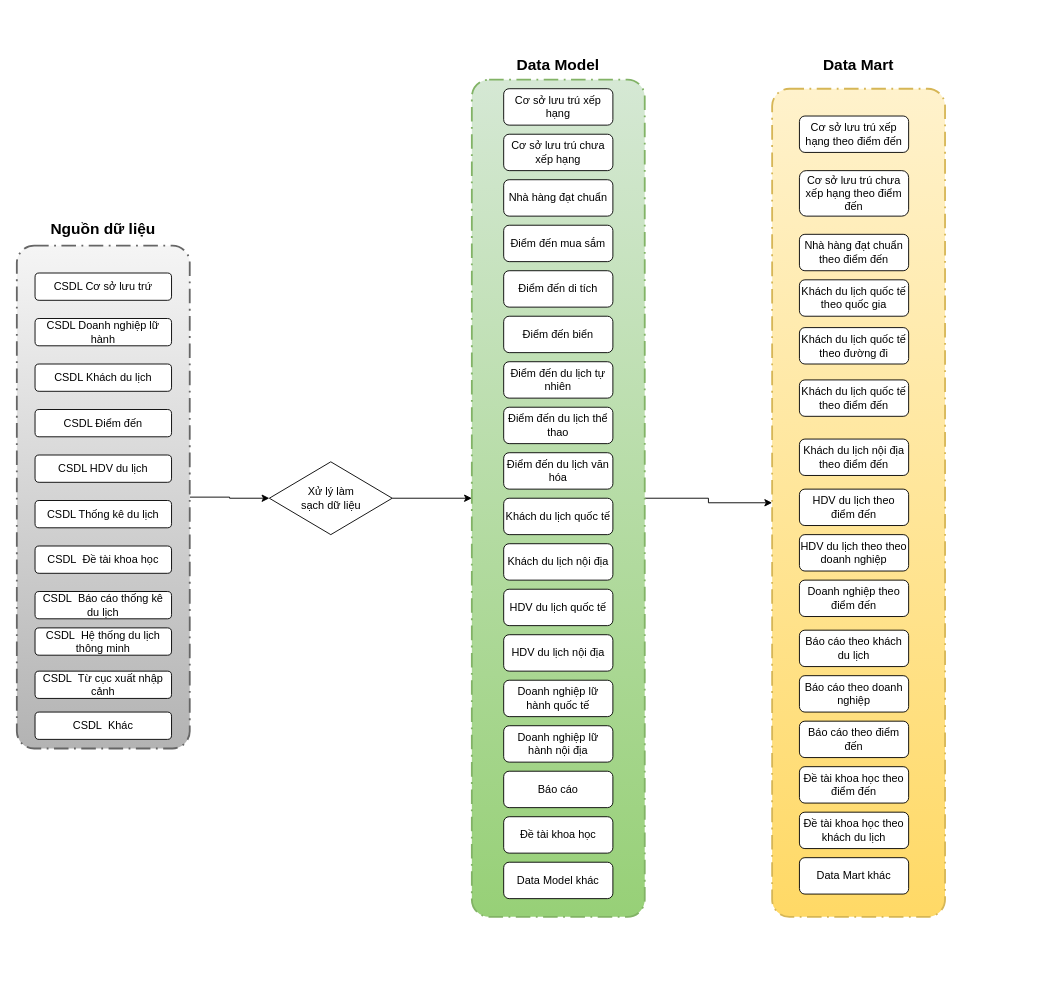
letheanh12345/Draw-io keeps this draw.io diagram as page "Page-4" (4 of 5) of so-do-draw/tcdl.drawio. Above is the earlier version. Source tidied: cells renumbered, new cells numbered last; positions are measured from the earlier drawing's top-left corner, leaving out a move shared by most shapes. Both pictures are drawn from the tidied source at 91%, with x=0, y=0 at pixel (16, 52).
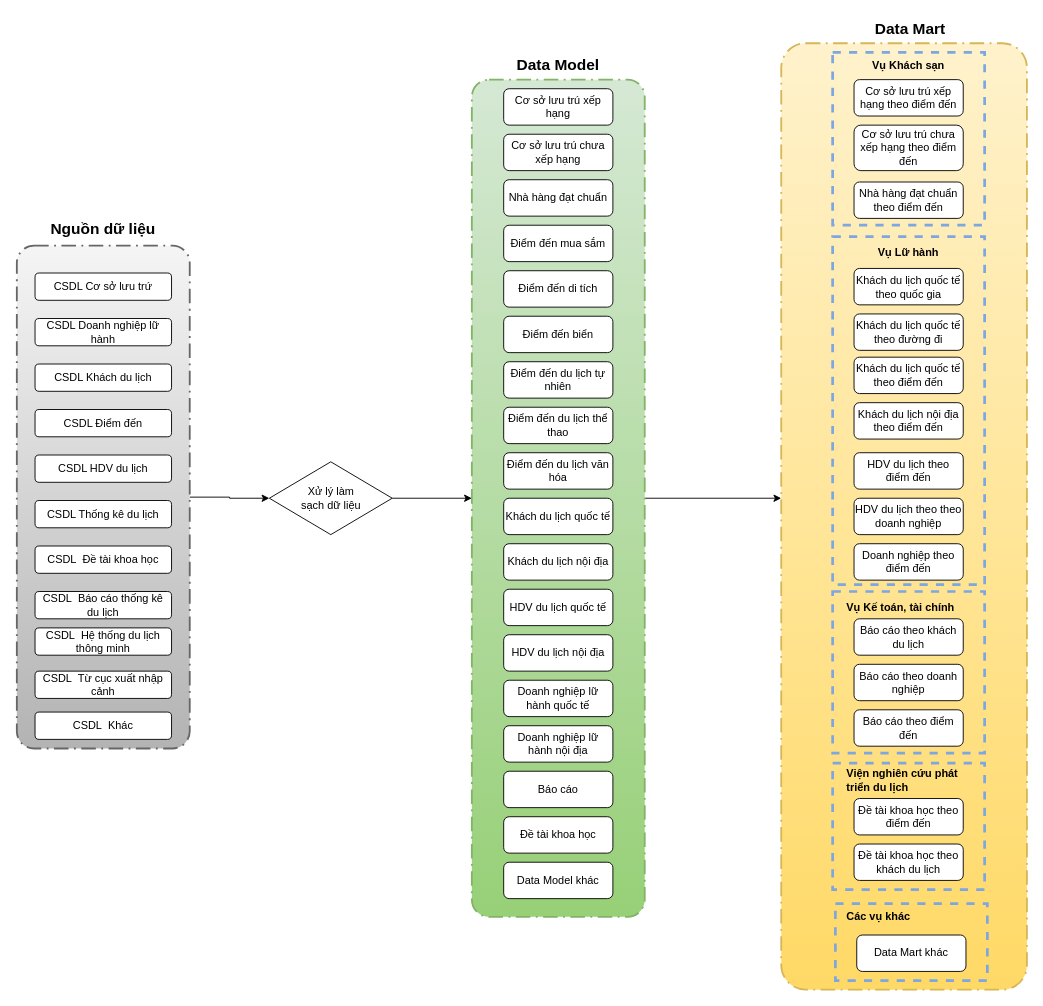
The same diagram, later.

The change refers to these unchanged cells:
```xml
<mxCell id="15" style="points=[[0.25,0,0],[0.5,0,0],[0.75,0,0],[1,0.25,0],[1,0.5,0],[1,0.75,0],[0.75,1,0],[0.5,1,0],[0.25,1,0],[0,0.75,0],[0,0.5,0],[0,0.25,0]];rounded=1;arcSize=10;dashed=1;strokeColor=#82b366;fillColor=#d5e8d4;gradientColor=#97d077;dashPattern=8 3 1 3;strokeWidth=2;fontStyle=1;fontSize=20;" parent="1" vertex="1">
  <mxGeometry x="500" y="30" width="190" height="920" as="geometry" />
</mxCell>
```

Change to the diagram source:
```diff
@@
-    <mxCell id="14" style="edgeStyle=orthogonalEdgeStyle;rounded=0;jettySize=auto;html=1;entryX=0;entryY=0.5;entryDx=0;entryDy=0;entryPerimeter=0;" parent="1" edge="1" source="15" target="36">
-      <mxGeometry relative="1" as="geometry" />
-    </mxCell>
+    <mxCell id="58" style="edgeStyle=orthogonalEdgeStyle;rounded=0;jettySize=auto;html=1;" parent="1" edge="1" source="15">
+      <mxGeometry relative="1" as="geometry">
+        <mxPoint x="840" y="490" as="targetPoint" />
+      </mxGeometry>
+    </mxCell>
@@
     <mxCell id="36" style="points=[[0.25,0,0],[0.5,0,0],[0.75,0,0],[1,0.25,0],[1,0.5,0],[1,0.75,0],[0.75,1,0],[0.5,1,0],[0.25,1,0],[0,0.75,0],[0,0.5,0],[0,0.25,0]];rounded=1;arcSize=10;dashed=1;strokeColor=#d6b656;fillColor=#fff2cc;gradientColor=#ffd966;dashPattern=8 3 1 3;strokeWidth=2;fontStyle=1;fontSize=20;" parent="1" vertex="1">
-      <mxGeometry x="830" y="40" width="190" height="910" as="geometry" />
+      <mxGeometry x="840" y="-10" width="270" height="1040" as="geometry" />
     </mxCell>
     <mxCell id="37" value="Cơ sở lưu trú xếp hạng theo điểm đến" style="rounded=1;whiteSpace=wrap;html=1;" parent="1" vertex="1">
-      <mxGeometry x="860" y="70" width="120" height="40" as="geometry" />
+      <mxGeometry x="920" y="30" width="120" height="40" as="geometry" />
     </mxCell>
     <mxCell id="38" value="Cơ sở lưu trú chưa xếp hạng theo điểm đến" style="rounded=1;whiteSpace=wrap;html=1;" parent="1" vertex="1">
-      <mxGeometry x="860" y="130" width="120" height="50" as="geometry" />
+      <mxGeometry x="920" y="80" width="120" height="50" as="geometry" />
     </mxCell>
     <mxCell id="39" value="Nhà hàng đạt chuẩn theo điểm đến" style="rounded=1;whiteSpace=wrap;html=1;" parent="1" vertex="1">
-      <mxGeometry x="860" y="200" width="120" height="40" as="geometry" />
+      <mxGeometry x="920" y="142.5" width="120" height="40" as="geometry" />
     </mxCell>
     <mxCell id="40" value="Khách du lịch quốc tế theo điểm đến" style="rounded=1;whiteSpace=wrap;html=1;" parent="1" vertex="1">
-      <mxGeometry x="860" y="360" width="120" height="40" as="geometry" />
+      <mxGeometry x="920" y="335" width="120" height="40" as="geometry" />
     </mxCell>
     <mxCell id="41" value="Khách du lịch nội địa theo điểm đến" style="rounded=1;whiteSpace=wrap;html=1;" parent="1" vertex="1">
-      <mxGeometry x="860" y="425" width="120" height="40" as="geometry" />
+      <mxGeometry x="920" y="385" width="120" height="40" as="geometry" />
     </mxCell>
@@
     <mxCell id="43" value="HDV du lịch theo điểm đến" style="rounded=1;whiteSpace=wrap;html=1;" parent="1" vertex="1">
-      <mxGeometry x="860" y="480" width="120" height="40" as="geometry" />
+      <mxGeometry x="920" y="440" width="120" height="40" as="geometry" />
     </mxCell>
     <mxCell id="44" value="HDV du lịch theo theo doanh nghiệp" style="rounded=1;whiteSpace=wrap;html=1;" parent="1" vertex="1">
-      <mxGeometry x="860" y="530" width="120" height="40" as="geometry" />
+      <mxGeometry x="920" y="490" width="120" height="40" as="geometry" />
     </mxCell>
     <mxCell id="45" value="Doanh nghiệp theo điểm đến" style="rounded=1;whiteSpace=wrap;html=1;" parent="1" vertex="1">
-      <mxGeometry x="860" y="580" width="120" height="40" as="geometry" />
+      <mxGeometry x="920" y="540" width="120" height="40" as="geometry" />
     </mxCell>
     <mxCell id="46" value="Báo cáo theo khách du lịch" style="rounded=1;whiteSpace=wrap;html=1;" parent="1" vertex="1">
-      <mxGeometry x="860" y="635" width="120" height="40" as="geometry" />
+      <mxGeometry x="920" y="622.5" width="120" height="40" as="geometry" />
     </mxCell>
     <mxCell id="47" value="Báo cáo theo doanh nghiệp" style="rounded=1;whiteSpace=wrap;html=1;" parent="1" vertex="1">
-      <mxGeometry x="860" y="685" width="120" height="40" as="geometry" />
+      <mxGeometry x="920" y="672.5" width="120" height="40" as="geometry" />
     </mxCell>
     <mxCell id="48" value="Báo cáo theo điểm đến" style="rounded=1;whiteSpace=wrap;html=1;" parent="1" vertex="1">
-      <mxGeometry x="860" y="735" width="120" height="40" as="geometry" />
+      <mxGeometry x="920" y="722.5" width="120" height="40" as="geometry" />
     </mxCell>
     <mxCell id="49" value="Đề tài khoa học theo điểm đến" style="rounded=1;whiteSpace=wrap;html=1;" parent="1" vertex="1">
-      <mxGeometry x="860" y="785" width="120" height="40" as="geometry" />
+      <mxGeometry x="920" y="820" width="120" height="40" as="geometry" />
     </mxCell>
     <mxCell id="50" value="Đề tài khoa học theo khách du lịch" style="rounded=1;whiteSpace=wrap;html=1;" parent="1" vertex="1">
-      <mxGeometry x="860" y="835" width="120" height="40" as="geometry" />
+      <mxGeometry x="920" y="870" width="120" height="40" as="geometry" />
     </mxCell>
     <mxCell id="51" value="Data Mart khác" style="rounded=1;whiteSpace=wrap;html=1;" parent="1" vertex="1">
-      <mxGeometry x="860" y="885" width="120" height="40" as="geometry" />
+      <mxGeometry x="923" y="970" width="120" height="40" as="geometry" />
     </mxCell>
     <mxCell id="52" value="&lt;b&gt;&lt;font style=&quot;font-size: 17px;&quot;&gt;Data Mart&lt;/font&gt;&lt;/b&gt;" style="text;html=1;strokeColor=none;fillColor=none;align=center;verticalAlign=middle;whiteSpace=wrap;rounded=0;" parent="1" vertex="1">
-      <mxGeometry x="840" width="170" height="30" as="geometry" />
+      <mxGeometry x="896.5" y="-40" width="170" height="30" as="geometry" />
     </mxCell>
@@
     <mxCell id="56" value="Khách du lịch quốc tế theo quốc gia" style="rounded=1;whiteSpace=wrap;html=1;" parent="1" vertex="1">
-      <mxGeometry x="860" y="250" width="120" height="40" as="geometry" />
+      <mxGeometry x="920" y="237.5" width="120" height="40" as="geometry" />
     </mxCell>
     <mxCell id="57" value="Khách du lịch quốc tế theo đường đi" style="rounded=1;whiteSpace=wrap;html=1;" parent="1" vertex="1">
-      <mxGeometry x="860" y="302.5" width="120" height="40" as="geometry" />
+      <mxGeometry x="920" y="287.5" width="120" height="40" as="geometry" />
     </mxCell>
+    <mxCell id="59" style="rounded=0;whiteSpace=wrap;html=1;fontSize=20;fontColor=#9AC7BF;fillColor=none;strokeColor=#7EA6E0;strokeWidth=3;dashed=1;perimeterSpacing=3;" parent="1" vertex="1">
+      <mxGeometry x="896.5" width="167" height="190" as="geometry" />
+    </mxCell>
+    <mxCell id="60" value="&lt;b&gt;Vụ Khách sạn&lt;/b&gt;" style="text;html=1;strokeColor=none;fillColor=none;align=center;verticalAlign=middle;whiteSpace=wrap;rounded=0;" parent="1" vertex="1">
+      <mxGeometry x="920" width="120" height="30" as="geometry" />
+    </mxCell>
+    <mxCell id="61" style="rounded=0;whiteSpace=wrap;html=1;fontSize=20;fontColor=#9AC7BF;fillColor=none;strokeColor=#7EA6E0;strokeWidth=3;dashed=1;perimeterSpacing=3;" parent="1" vertex="1">
+      <mxGeometry x="896.5" y="202.5" width="167" height="382.5" as="geometry" />
+    </mxCell>
+    <mxCell id="62" value="&lt;b&gt;Vụ Lữ hành&lt;/b&gt;" style="text;html=1;strokeColor=none;fillColor=none;align=center;verticalAlign=middle;whiteSpace=wrap;rounded=0;" parent="1" vertex="1">
+      <mxGeometry x="920" y="205" width="120" height="30" as="geometry" />
+    </mxCell>
+    <mxCell id="63" style="rounded=0;whiteSpace=wrap;html=1;fontSize=20;fontColor=#9AC7BF;fillColor=none;strokeColor=#7EA6E0;strokeWidth=3;dashed=1;perimeterSpacing=3;" parent="1" vertex="1">
+      <mxGeometry x="896.5" y="592.5" width="167" height="177.5" as="geometry" />
+    </mxCell>
+    <mxCell id="64" value="&lt;p&gt;&lt;b&gt;Vụ Kế toán, tài chính&lt;/b&gt;&lt;/p&gt;" style="text;html=1;strokeColor=none;fillColor=none;align=left;verticalAlign=middle;whiteSpace=wrap;rounded=0;" parent="1" vertex="1">
+      <mxGeometry x="910" y="600" width="140" height="20" as="geometry" />
+    </mxCell>
+    <mxCell id="65" style="rounded=0;whiteSpace=wrap;html=1;fontSize=20;fontColor=#9AC7BF;fillColor=none;strokeColor=#7EA6E0;strokeWidth=3;dashed=1;perimeterSpacing=3;" parent="1" vertex="1">
+      <mxGeometry x="896.5" y="781.2" width="167" height="138.8" as="geometry" />
+    </mxCell>
+    <mxCell id="66" value="&lt;p&gt;&lt;b&gt;Viện nghiên cứu phát triển du lịch&lt;/b&gt;&lt;/p&gt;" style="text;html=1;strokeColor=none;fillColor=none;align=left;verticalAlign=middle;whiteSpace=wrap;rounded=0;" parent="1" vertex="1">
+      <mxGeometry x="910" y="790" width="140" height="20" as="geometry" />
+    </mxCell>
+    <mxCell id="67" style="rounded=0;whiteSpace=wrap;html=1;fontSize=20;fontColor=#9AC7BF;fillColor=none;strokeColor=#7EA6E0;strokeWidth=3;dashed=1;perimeterSpacing=3;" parent="1" vertex="1">
+      <mxGeometry x="899.5" y="935.6" width="167" height="84.4" as="geometry" />
+    </mxCell>
+    <mxCell id="68" value="&lt;p&gt;&lt;b&gt;Các vụ khác&lt;/b&gt;&lt;/p&gt;" style="text;html=1;strokeColor=none;fillColor=none;align=left;verticalAlign=middle;whiteSpace=wrap;rounded=0;" parent="1" vertex="1">
+      <mxGeometry x="910" y="940" width="140" height="20" as="geometry" />
+    </mxCell>
```
